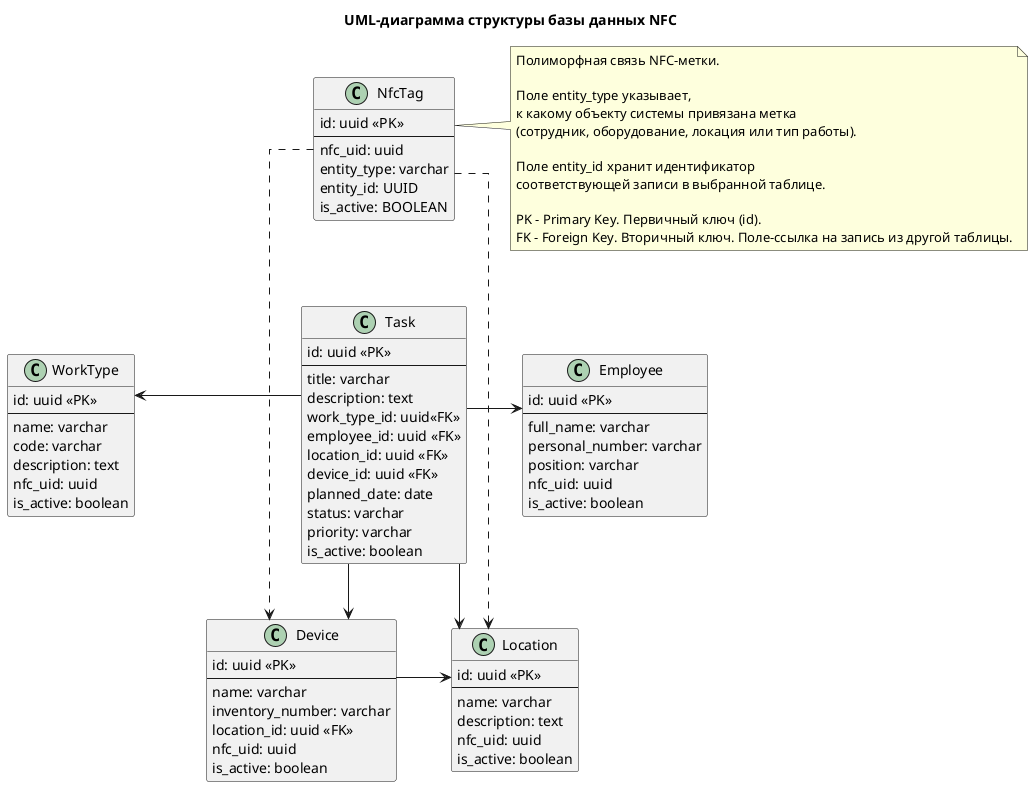
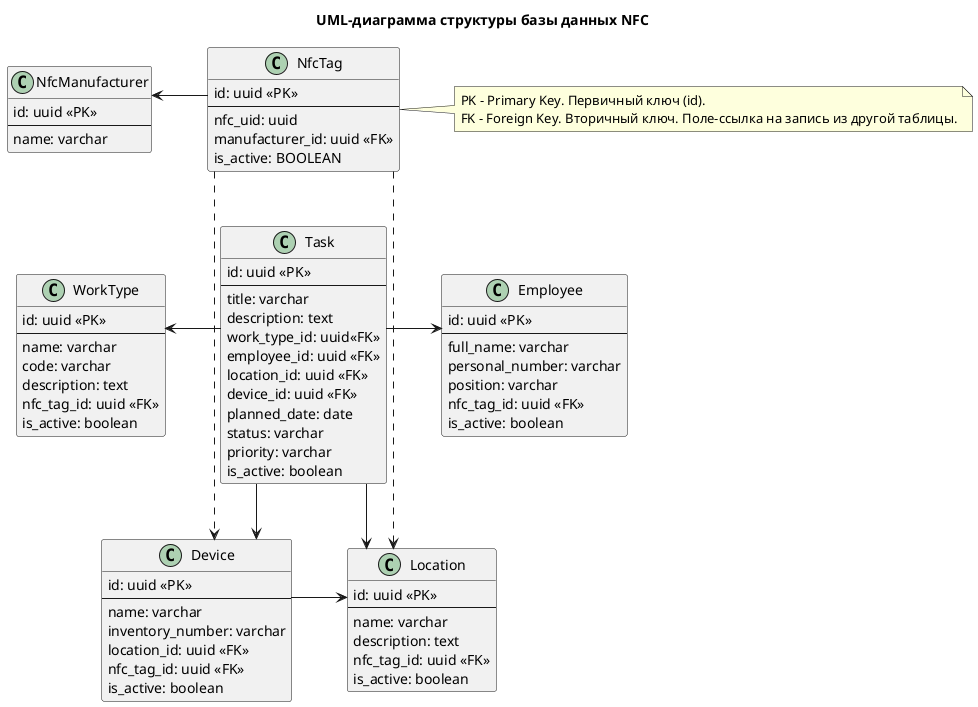
@startuml
title UML-диаграмма структуры базы данных NFC

top to bottom direction

skinparam classAttributeIconSize 0
skinparam linetype ortho
skinparam nodesep 55
skinparam ranksep 55

class NfcTag {
    id: uuid <<PK>>
    --
    nfc_uid: uuid
-     entity_type: varchar
-     entity_id: UUID
+     manufacturer_id: uuid <<FK>>
    is_active: BOOLEAN
}

class WorkType {
    id: uuid <<PK>>
    --
    name: varchar
    code: varchar
    description: text
-     nfc_uid: uuid
+     nfc_tag_id: uuid <<FK>>
    is_active: boolean
}

class Employee {
    id: uuid <<PK>>
    --
    full_name: varchar
    personal_number: varchar
    position: varchar
-     nfc_uid: uuid
+     nfc_tag_id: uuid <<FK>>
    is_active: boolean
}

class Task {
    id: uuid <<PK>>
    --
    title: varchar
    description: text
    work_type_id: uuid<<FK>>
    employee_id: uuid <<FK>>
    location_id: uuid <<FK>>
    device_id: uuid <<FK>>
    planned_date: date
    status: varchar
    priority: varchar
    is_active: boolean
}

class Device {
    id: uuid <<PK>>
    --
    name: varchar
    inventory_number: varchar
    location_id: uuid <<FK>>
-     nfc_uid: uuid
+     nfc_tag_id: uuid <<FK>>
    is_active: boolean
}

class Location {
    id: uuid <<PK>>
    --
    name: varchar
    description: text
-     nfc_uid: uuid
+     nfc_tag_id: uuid <<FK>>
    is_active: boolean
}

+ class NfcManufacturer {
+     id: uuid <<PK>>
+     --
+     name: varchar
+ }

Task -left-> WorkType
Task -right-> Employee
Task -down-> Device
Task -down-> Location
+ NfcTag -left-> NfcManufacturer

NfcTag ..> Device
NfcTag ..> Location

+ 
Device -right-> Location

note right of NfcTag
-   Полиморфная связь NFC-метки.
- 
-   Поле entity_type указывает,
-   к какому объекту системы привязана метка
-   (сотрудник, оборудование, локация или тип работы).
- 
-   Поле entity_id хранит идентификатор
-   соответствующей записи в выбранной таблице.
- 
  PK - Primary Key. Первичный ключ (id).
  FK - Foreign Key. Вторичный ключ. Поле-ссылка на запись из другой таблицы.
end note

WorkType -[hidden]right-> Task
Task -[hidden]right-> Employee

Device -[hidden]right-> Location

NfcTag -[hidden]down-> Task
WorkType -[hidden]down-> Device
Employee -[hidden]down-> Location

+ NfcManufacturer -[hidden]right-> NfcTag

@enduml